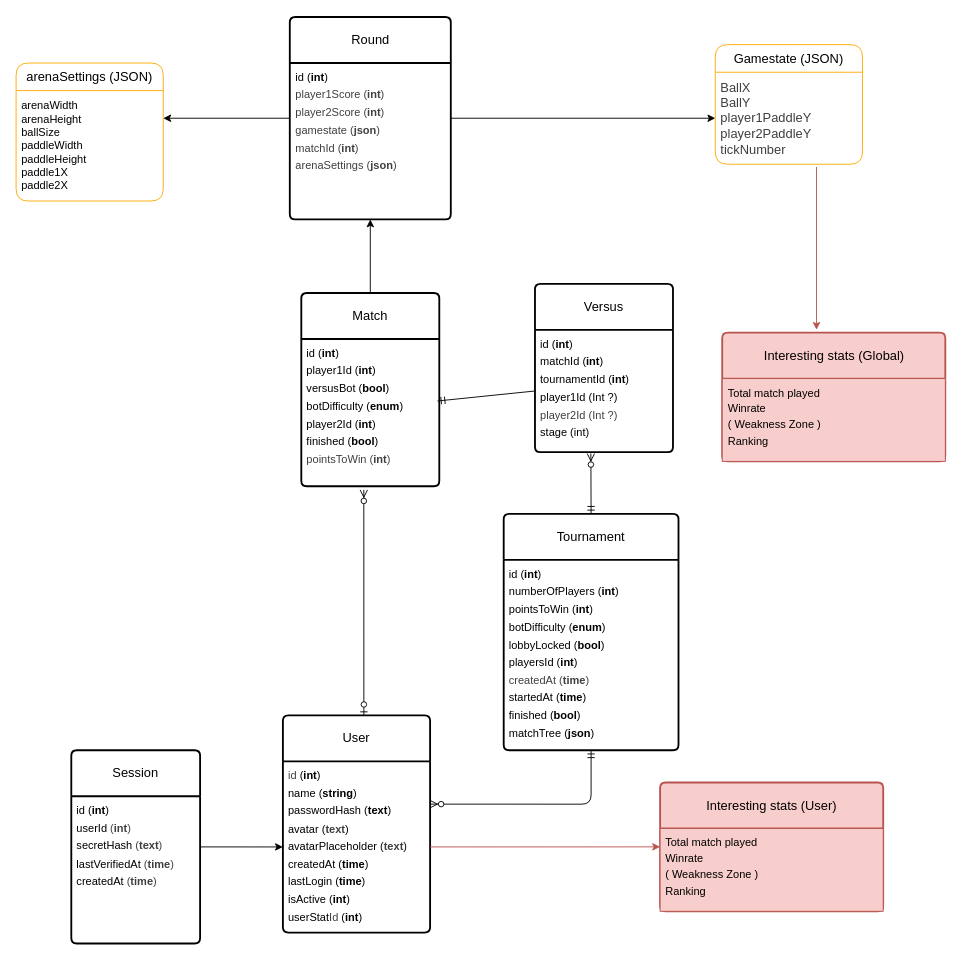
The draw.io diagram doc/database.drawio in peufo/42_transcendence, before the edit. Source tidied: cells renumbered, new cells numbered last; positions are measured from the earlier drawing's top-left corner, leaving out a move shared by most shapes. Both pictures are drawn from the tidied source at 92%, with x=0, y=0 at pixel (16, 17).
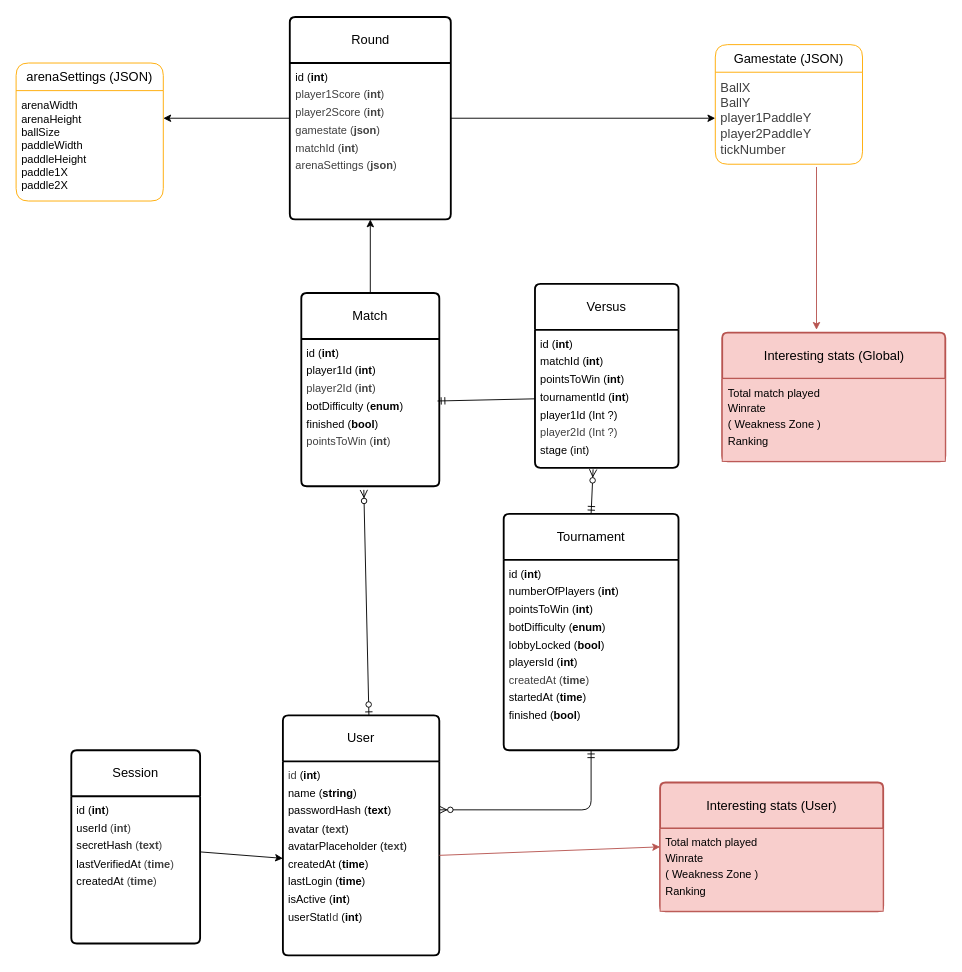
Above is the later version.

Commit message:
changed database diagram

Unchanged cells that the change refers to:
```xml
<mxCell id="9" value="Match" style="swimlane;horizontal=1;startSize=50;rounded=1;fontSize=14;fontStyle=0;strokeWidth=2;shadow=0;dashed=0;align=center;arcSize=4;whiteSpace=wrap;html=1;" parent="1" vertex="1">
  <mxGeometry x="310" y="300" width="150" height="210" as="geometry" />
</mxCell>
<mxCell id="14" value="Tournament" style="swimlane;horizontal=1;startSize=50;rounded=1;fontSize=14;fontStyle=0;strokeWidth=2;shadow=0;dashed=0;align=center;arcSize=4;whiteSpace=wrap;html=1;" parent="1" vertex="1">
  <mxGeometry x="530" y="540" width="190" height="257" as="geometry" />
</mxCell>
```

The edit, as a diff of the source:
```diff
@@
     <mxCell id="2" value="User" style="swimlane;horizontal=1;startSize=50;rounded=1;fontSize=14;fontStyle=0;strokeWidth=2;shadow=0;dashed=0;align=center;arcSize=4;whiteSpace=wrap;html=1;" parent="1" vertex="1">
-      <mxGeometry x="290" y="759" width="160" height="236.2" as="geometry" />
+      <mxGeometry x="290" y="759" width="170" height="261" as="geometry" />
     </mxCell>
     <mxCell id="3" value="&lt;font style=&quot;line-height: 160%; color: rgb(0, 0, 0);&quot;&gt;&lt;span style=&quot;color: rgb(63, 63, 63);&quot;&gt;id&lt;/span&gt;&amp;nbsp;&lt;font style=&quot;&quot;&gt;(&lt;b&gt;int&lt;/b&gt;)&lt;/font&gt;&lt;/font&gt;&lt;div style=&quot;line-height: 160%;&quot;&gt;&lt;font style=&quot;color: rgb(0, 0, 0);&quot;&gt;&lt;font&gt;name &lt;font&gt;(&lt;b&gt;string&lt;/b&gt;)&lt;/font&gt;&lt;br&gt;passwordHash&amp;nbsp;&lt;/font&gt;&lt;span&gt;(&lt;/span&gt;&lt;span&gt;&lt;b&gt;text&lt;/b&gt;)&lt;/span&gt;&lt;/font&gt;&lt;div&gt;&lt;font style=&quot;color: rgb(0, 0, 0);&quot;&gt;&lt;font&gt;avatar &lt;font&gt;(&lt;/font&gt;&lt;/font&gt;&lt;b style=&quot;color: rgb(63, 63, 63);&quot;&gt;text&lt;/b&gt;&lt;span style=&quot;background-color: transparent;&quot;&gt;&lt;font&gt;)&lt;/font&gt;&lt;/span&gt;&lt;/font&gt;&lt;/div&gt;&lt;div&gt;&lt;font style=&quot;color: rgb(0, 0, 0);&quot;&gt;&lt;font&gt;avatarPlaceholder&amp;nbsp;&lt;/font&gt;&lt;font&gt;&lt;font style=&quot;background-color: transparent; scrollbar-color: light-dark(#e2e2e2, #4b4b4b)&lt;br/&gt;&#9;&#9;&#9;&#9;&#9;light-dark(#fbfbfb, var(--dark-panel-color));&quot;&gt;(&lt;/font&gt;&lt;span style=&quot;background-color: transparent; scrollbar-color: light-dark(#e2e2e2, #4b4b4b)&lt;br/&gt;&#9;&#9;&#9;&#9;&#9;light-dark(#fbfbfb, var(--dark-panel-color));&quot;&gt;&lt;b style=&quot;color: rgb(63, 63, 63);&quot;&gt;text&lt;/b&gt;)&lt;/span&gt;&lt;/font&gt;&lt;/font&gt;&lt;/div&gt;&lt;div&gt;&lt;font style=&quot;color: rgb(0, 0, 0);&quot;&gt;createdAt (&lt;b&gt;time&lt;/b&gt;)&lt;/font&gt;&lt;/div&gt;&lt;div&gt;&lt;font style=&quot;color: rgb(0, 0, 0);&quot;&gt;lastLogin (&lt;b style=&quot;&quot;&gt;time&lt;/b&gt;)&lt;/font&gt;&lt;/div&gt;&lt;div&gt;&lt;font style=&quot;color: rgb(0, 0, 0);&quot;&gt;isActive (&lt;b&gt;int&lt;/b&gt;)&lt;/font&gt;&lt;/div&gt;&lt;div&gt;&lt;span style=&quot;background-color: transparent;&quot;&gt;userStat&lt;/span&gt;&lt;span style=&quot;color: rgb(63, 63, 63);&quot;&gt;Id&lt;/span&gt;&lt;span style=&quot;background-color: transparent;&quot;&gt;&amp;nbsp;(&lt;b&gt;int&lt;/b&gt;)&lt;/span&gt;&lt;/div&gt;&lt;/div&gt;" style="align=left;strokeColor=none;fillColor=none;spacingLeft=4;fontSize=12;verticalAlign=top;html=1;" parent="2" vertex="1">
-      <mxGeometry y="50" width="160" height="186.2" as="geometry" />
+      <mxGeometry y="50" width="170" height="211" as="geometry" />
     </mxCell>
@@
-    <mxCell id="10" value="&lt;font style=&quot;line-height: 160%;&quot;&gt;id (&lt;b&gt;int&lt;/b&gt;)&lt;/font&gt;&lt;div style=&quot;line-height: 160%;&quot;&gt;player1Id (&lt;b&gt;int&lt;/b&gt;)&lt;/div&gt;&lt;div style=&quot;line-height: 160%;&quot;&gt;versusBot (&lt;b&gt;bool&lt;/b&gt;)&lt;/div&gt;&lt;div style=&quot;line-height: 160%;&quot;&gt;botDifficulty (&lt;b&gt;enum&lt;/b&gt;)&lt;/div&gt;&lt;div style=&quot;line-height: 160%;&quot;&gt;player2Id (&lt;b&gt;int&lt;/b&gt;)&lt;/div&gt;&lt;div style=&quot;line-height: 160%;&quot;&gt;&lt;span style=&quot;background-color: transparent;&quot;&gt;finished (&lt;/span&gt;&lt;b style=&quot;background-color: transparent;&quot;&gt;bool&lt;/b&gt;&lt;span style=&quot;background-color: transparent;&quot;&gt;)&lt;/span&gt;&lt;/div&gt;&lt;div style=&quot;line-height: 160%;&quot;&gt;&lt;span style=&quot;color: rgb(63, 63, 63);&quot;&gt;pointsToWin (&lt;/span&gt;&lt;b style=&quot;color: rgb(63, 63, 63);&quot;&gt;int&lt;/b&gt;&lt;span style=&quot;color: rgb(63, 63, 63);&quot;&gt;)&lt;/span&gt;&lt;span style=&quot;background-color: transparent;&quot;&gt;&lt;/span&gt;&lt;/div&gt;" style="align=left;strokeColor=none;fillColor=none;spacingLeft=4;fontSize=12;verticalAlign=top;html=1;" parent="9" vertex="1">
+    <mxCell id="10" value="&lt;font style=&quot;line-height: 160%;&quot;&gt;id (&lt;b&gt;int&lt;/b&gt;)&lt;/font&gt;&lt;div style=&quot;line-height: 160%;&quot;&gt;player1Id (&lt;b&gt;int&lt;/b&gt;)&lt;/div&gt;&lt;div style=&quot;line-height: 160%;&quot;&gt;&lt;span style=&quot;color: rgb(63, 63, 63);&quot;&gt;player2Id (&lt;/span&gt;&lt;b style=&quot;color: rgb(63, 63, 63);&quot;&gt;int&lt;/b&gt;&lt;span style=&quot;color: rgb(63, 63, 63);&quot;&gt;)&lt;/span&gt;&lt;/div&gt;&lt;div style=&quot;line-height: 160%;&quot;&gt;&lt;span style=&quot;background-color: transparent;&quot;&gt;botDifficulty (&lt;/span&gt;&lt;b style=&quot;background-color: transparent;&quot;&gt;enum&lt;/b&gt;&lt;span style=&quot;background-color: transparent;&quot;&gt;)&lt;/span&gt;&lt;/div&gt;&lt;div style=&quot;line-height: 160%;&quot;&gt;&lt;span style=&quot;background-color: transparent;&quot;&gt;finished (&lt;/span&gt;&lt;b style=&quot;background-color: transparent;&quot;&gt;bool&lt;/b&gt;&lt;span style=&quot;background-color: transparent;&quot;&gt;)&lt;/span&gt;&lt;/div&gt;&lt;div style=&quot;line-height: 160%;&quot;&gt;&lt;span style=&quot;color: rgb(63, 63, 63);&quot;&gt;pointsToWin (&lt;/span&gt;&lt;b style=&quot;color: rgb(63, 63, 63);&quot;&gt;int&lt;/b&gt;&lt;span style=&quot;color: rgb(63, 63, 63);&quot;&gt;)&lt;/span&gt;&lt;span style=&quot;background-color: transparent;&quot;&gt;&lt;/span&gt;&lt;/div&gt;" style="align=left;strokeColor=none;fillColor=none;spacingLeft=4;fontSize=12;verticalAlign=top;html=1;" parent="9" vertex="1">
       <mxGeometry y="50" width="150" height="160" as="geometry" />
     </mxCell>
@@
-    <mxCell id="15" value="id (&lt;b style=&quot;line-height: 160%;&quot;&gt;int&lt;/b&gt;)&lt;div style=&quot;line-height: 160%;&quot;&gt;numberOfPlayers (&lt;b&gt;int&lt;/b&gt;)&lt;/div&gt;&lt;div style=&quot;line-height: 160%;&quot;&gt;pointsToWin (&lt;b&gt;int&lt;/b&gt;)&lt;/div&gt;&lt;div style=&quot;line-height: 160%;&quot;&gt;botDifficulty (&lt;b&gt;enum&lt;/b&gt;)&lt;/div&gt;&lt;div style=&quot;line-height: 160%;&quot;&gt;lobbyLocked (&lt;b&gt;bool&lt;/b&gt;)&lt;/div&gt;&lt;div style=&quot;line-height: 160%;&quot;&gt;playersId (&lt;b&gt;int&lt;/b&gt;)&lt;/div&gt;&lt;div style=&quot;line-height: 160%;&quot;&gt;&lt;span style=&quot;color: rgb(63, 63, 63);&quot;&gt;createdAt (&lt;/span&gt;&lt;b style=&quot;color: rgb(63, 63, 63);&quot;&gt;time&lt;/b&gt;&lt;span style=&quot;color: rgb(63, 63, 63);&quot;&gt;)&lt;/span&gt;&lt;/div&gt;&lt;div style=&quot;line-height: 160%;&quot;&gt;startedAt (&lt;b&gt;time&lt;/b&gt;)&lt;/div&gt;&lt;div style=&quot;line-height: 160%;&quot;&gt;finished (&lt;b&gt;bool&lt;/b&gt;)&lt;/div&gt;&lt;div style=&quot;line-height: 160%;&quot;&gt;matchTree (&lt;b&gt;json&lt;/b&gt;)&lt;/div&gt;" style="align=left;strokeColor=none;fillColor=none;spacingLeft=4;fontSize=12;verticalAlign=top;html=1;" parent="14" vertex="1">
+    <mxCell id="15" value="id (&lt;b style=&quot;line-height: 160%;&quot;&gt;int&lt;/b&gt;)&lt;div style=&quot;line-height: 160%;&quot;&gt;numberOfPlayers (&lt;b&gt;int&lt;/b&gt;)&lt;/div&gt;&lt;div style=&quot;line-height: 160%;&quot;&gt;pointsToWin (&lt;b&gt;int&lt;/b&gt;)&lt;/div&gt;&lt;div style=&quot;line-height: 160%;&quot;&gt;botDifficulty (&lt;b&gt;enum&lt;/b&gt;)&lt;/div&gt;&lt;div style=&quot;line-height: 160%;&quot;&gt;lobbyLocked (&lt;b&gt;bool&lt;/b&gt;)&lt;/div&gt;&lt;div style=&quot;line-height: 160%;&quot;&gt;playersId (&lt;b&gt;int&lt;/b&gt;)&lt;/div&gt;&lt;div style=&quot;line-height: 160%;&quot;&gt;&lt;span style=&quot;color: rgb(63, 63, 63);&quot;&gt;createdAt (&lt;/span&gt;&lt;b style=&quot;color: rgb(63, 63, 63);&quot;&gt;time&lt;/b&gt;&lt;span style=&quot;color: rgb(63, 63, 63);&quot;&gt;)&lt;/span&gt;&lt;/div&gt;&lt;div style=&quot;line-height: 160%;&quot;&gt;startedAt (&lt;b&gt;time&lt;/b&gt;)&lt;/div&gt;&lt;div style=&quot;line-height: 160%;&quot;&gt;finished (&lt;b&gt;bool&lt;/b&gt;)&lt;/div&gt;" style="align=left;strokeColor=none;fillColor=none;spacingLeft=4;fontSize=12;verticalAlign=top;html=1;" parent="14" vertex="1">
       <mxGeometry y="50" width="190" height="207" as="geometry" />
     </mxCell>
@@
     <mxCell id="22" value="Versus" style="swimlane;horizontal=1;startSize=50;rounded=1;fontSize=14;fontStyle=0;strokeWidth=2;shadow=0;dashed=0;align=center;arcSize=4;whiteSpace=wrap;html=1;" parent="1" vertex="1">
-      <mxGeometry x="564" y="290" width="150" height="183" as="geometry" />
+      <mxGeometry x="564" y="290" width="156" height="200" as="geometry" />
     </mxCell>
-    <mxCell id="23" value="&lt;font style=&quot;line-height: 160%;&quot;&gt;id (&lt;b&gt;int&lt;/b&gt;)&lt;/font&gt;&lt;div style=&quot;line-height: 160%;&quot;&gt;matchId (&lt;b&gt;int&lt;/b&gt;)&lt;/div&gt;&lt;div style=&quot;line-height: 160%;&quot;&gt;tournamentId (&lt;b&gt;int&lt;/b&gt;&lt;span style=&quot;background-color: transparent;&quot;&gt;)&lt;/span&gt;&lt;/div&gt;&lt;div style=&quot;line-height: 160%;&quot;&gt;&lt;span style=&quot;background-color: transparent;&quot;&gt;player1Id (Int ?)&lt;/span&gt;&lt;/div&gt;&lt;div style=&quot;line-height: 160%;&quot;&gt;&lt;span style=&quot;color: rgb(63, 63, 63);&quot;&gt;player2Id (Int ?)&lt;/span&gt;&lt;span style=&quot;background-color: transparent;&quot;&gt;&lt;/span&gt;&lt;/div&gt;&lt;div style=&quot;line-height: 160%;&quot;&gt;&lt;span style=&quot;background-color: transparent;&quot;&gt;stage (int)&lt;/span&gt;&lt;/div&gt;" style="align=left;strokeColor=none;fillColor=none;spacingLeft=4;fontSize=12;verticalAlign=top;html=1;" parent="22" vertex="1">
-      <mxGeometry y="50" width="150" height="133" as="geometry" />
+    <mxCell id="23" value="&lt;font style=&quot;line-height: 160%;&quot;&gt;id (&lt;b&gt;int&lt;/b&gt;)&lt;/font&gt;&lt;div style=&quot;line-height: 160%;&quot;&gt;matchId (&lt;b&gt;int&lt;/b&gt;)&lt;/div&gt;&lt;div style=&quot;line-height: 160%;&quot;&gt;pointsToWin (&lt;b&gt;int&lt;/b&gt;)&lt;/div&gt;&lt;div style=&quot;line-height: 160%;&quot;&gt;tournamentId (&lt;b&gt;int&lt;/b&gt;&lt;span style=&quot;background-color: transparent;&quot;&gt;)&lt;/span&gt;&lt;/div&gt;&lt;div style=&quot;line-height: 160%;&quot;&gt;&lt;span style=&quot;background-color: transparent;&quot;&gt;player1Id (Int ?)&lt;/span&gt;&lt;/div&gt;&lt;div style=&quot;line-height: 160%;&quot;&gt;&lt;span style=&quot;color: rgb(63, 63, 63);&quot;&gt;player2Id (Int ?)&lt;/span&gt;&lt;span style=&quot;background-color: transparent;&quot;&gt;&lt;/span&gt;&lt;/div&gt;&lt;div style=&quot;line-height: 160%;&quot;&gt;&lt;span style=&quot;background-color: transparent;&quot;&gt;stage (int)&lt;/span&gt;&lt;/div&gt;" style="align=left;strokeColor=none;fillColor=none;spacingLeft=4;fontSize=12;verticalAlign=top;html=1;" parent="22" vertex="1">
+      <mxGeometry y="50" width="156" height="150" as="geometry" />
     </mxCell>
```
